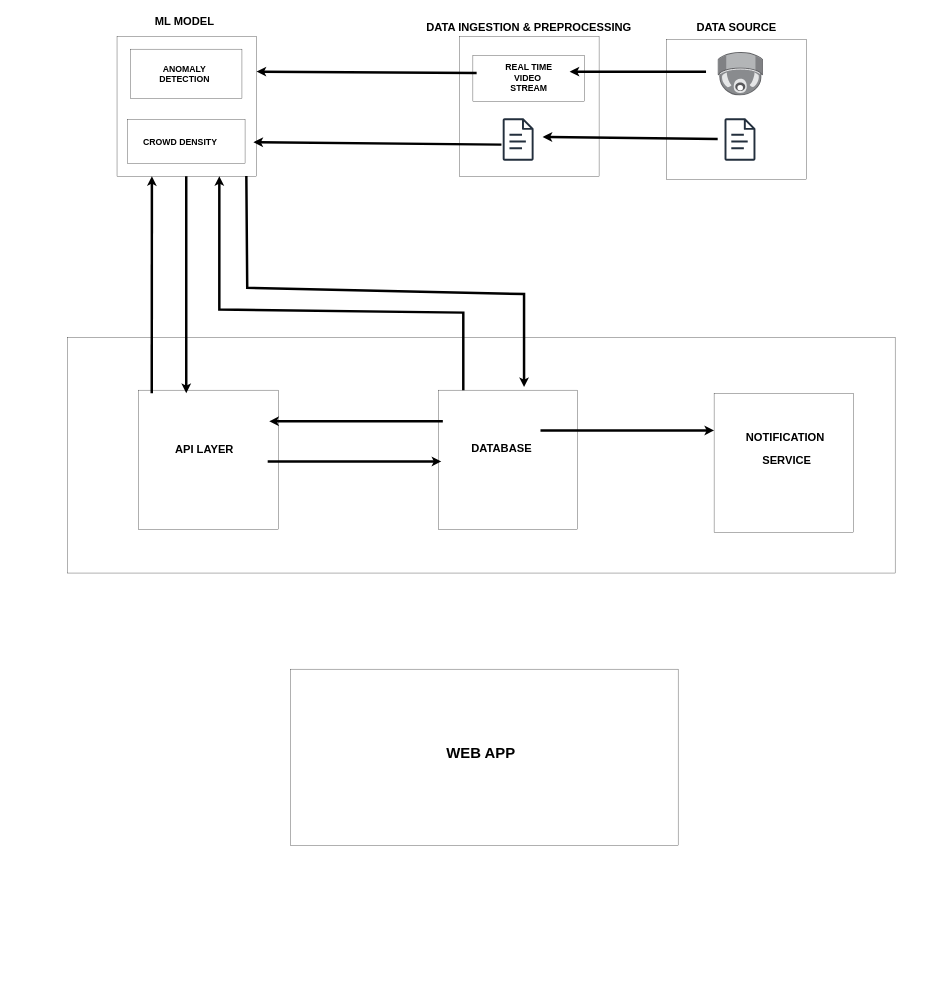
This is Untitled Diagram.drawio from akhil888binoy/60DaysOfDevOps, a draw.io file, before an edit. Source tidied: cells renumbered, new cells numbered last; positions are measured from the earlier drawing's top-left corner, leaving out a move shared by most shapes. Both pictures are drawn from the tidied source at 31%, with x=0, y=0 at pixel (67, 15).
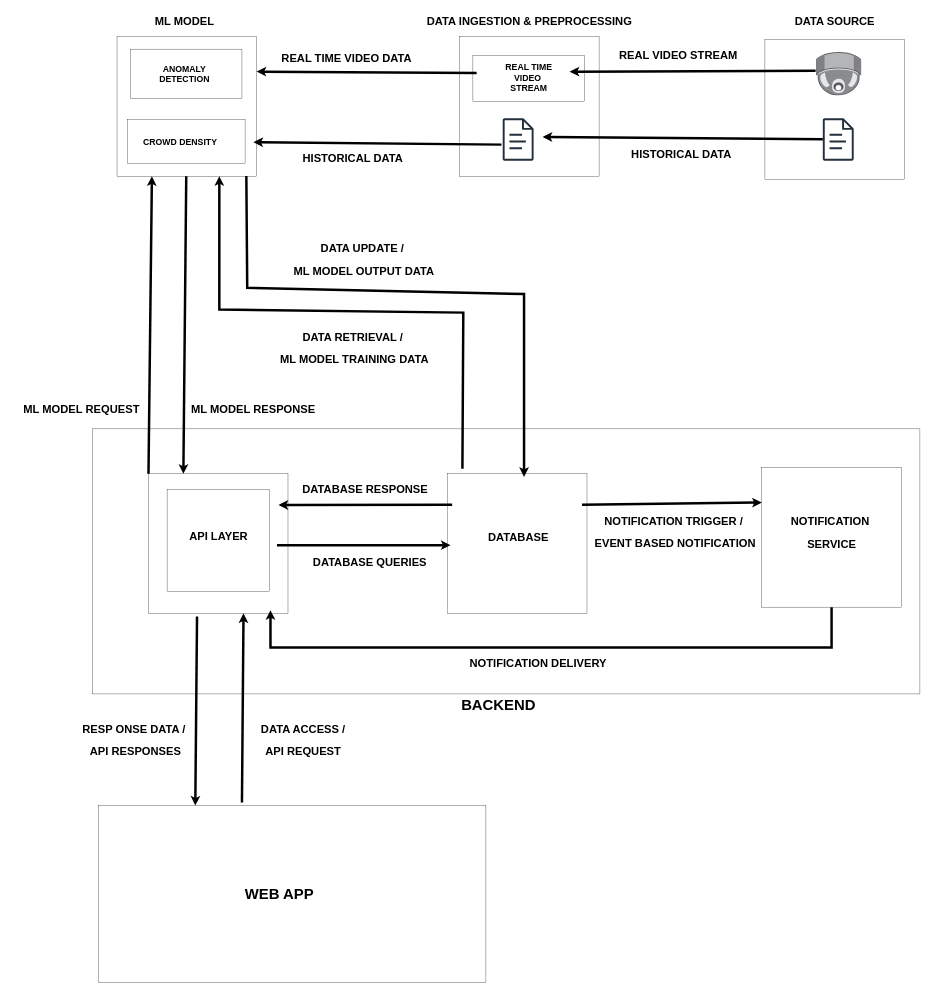
After the change.

Unchanged cells that the change refers to:
```xml
<mxCell id="14" style="whiteSpace=wrap;html=1;" parent="1" vertex="1">
  <mxGeometry x="160" y="70" width="450" height="450" as="geometry" />
</mxCell>
```

Change to the diagram source:
```diff
@@
     <mxCell id="2" style="image;html=1;align=center;shadow=0;dashed=0;image=img/lib/allied_telesis/security/Surveillance_Camera_Ceiling.svg;" parent="1" vertex="1">
-      <mxGeometry x="2017" y="110" width="117.2" height="111.5" as="geometry" />
+      <mxGeometry x="2334" y="110" width="117.2" height="111.5" as="geometry" />
     </mxCell>
     <mxCell id="3" style="whiteSpace=wrap;html=1;" parent="1" vertex="1">
-      <mxGeometry x="1933" y="80" width="450" height="450" as="geometry" />
+      <mxGeometry x="2250" y="80" width="450" height="450" as="geometry" />
     </mxCell>
     <mxCell id="4" style="image;points=[];html=1;align=center;shadow=0;dashed=0;image=img/lib/allied_telesis/security/Surveillance_Camera_Ceiling.svg;" parent="1" vertex="1">
-      <mxGeometry x="2097.6" y="120" width="147.1" height="140" as="geometry" />
+      <mxGeometry x="2414.6" y="120" width="147.1" height="140" as="geometry" />
     </mxCell>
     <mxCell id="5" style="sketch=0;outlineConnect=0;fontColor=#232F3E;gradientColor=none;fillColor=#232F3D;strokeColor=none;dashed=0;verticalLabelPosition=bottom;verticalAlign=top;align=center;html=1;fontSize=12;fontStyle=0;shape=mxgraph.aws4.document;" parent="1" vertex="1">
-      <mxGeometry x="2119.5" y="333" width="100.1" height="137" as="geometry" />
+      <mxGeometry x="2436.5" y="333" width="100.1" height="137" as="geometry" />
     </mxCell>
     <mxCell id="6" value="&lt;h2&gt;DATA SOURCE&lt;/h2&gt;" style="text;strokeColor=none;fillColor=none;html=1;fontSize=24;fontStyle=1;verticalAlign=middle;align=center;" parent="1" vertex="1">
-      <mxGeometry x="2005" y="20" width="306" height="40" as="geometry" />
+      <mxGeometry x="2322" width="306" height="40" as="geometry" />
     </mxCell>
@@
     <mxCell id="11" value="&lt;h2&gt;DATA INGESTION &amp;amp; PREPROCESSING&lt;/h2&gt;" style="text;strokeColor=none;fillColor=none;html=1;fontSize=24;fontStyle=1;verticalAlign=middle;align=center;" parent="1" vertex="1">
-      <mxGeometry x="1240" y="20" width="496" height="40" as="geometry" />
+      <mxGeometry x="1242" width="496" height="40" as="geometry" />
     </mxCell>
-    <mxCell id="12" style="endArrow=classic;html=1;rounded=0;strokeWidth=8;" parent="1" edge="1">
+    <mxCell id="12" style="endArrow=classic;html=1;rounded=0;strokeWidth=8;" parent="1" edge="1" source="5">
       <mxGeometry relative="1" as="geometry">
-        <mxPoint x="2097.6" y="400" as="sourcePoint" />
         <mxPoint x="1532.9" y="393.1" as="targetPoint" />
       </mxGeometry>
     </mxCell>
-    <mxCell id="13" style="endArrow=classic;html=1;rounded=0;strokeWidth=8;" parent="1" edge="1">
+    <mxCell id="13" style="endArrow=classic;html=1;rounded=0;strokeWidth=8;exitX=-0.007;exitY=0.426;exitDx=0;exitDy=0;exitPerimeter=0;" parent="1" edge="1" source="4">
       <mxGeometry relative="1" as="geometry">
-        <mxPoint x="2060" y="182.7" as="sourcePoint" />
         <mxPoint x="1620" y="182.7" as="targetPoint" />
       </mxGeometry>
     </mxCell>
@@
     <mxCell id="22" style="rounded=0;whiteSpace=wrap;html=1;" parent="1" vertex="1">
-      <mxGeometry y="1040" width="2670" height="760" as="geometry" />
+      <mxGeometry x="80" y="1335" width="2670" height="855" as="geometry" />
     </mxCell>
     <mxCell id="23" style="whiteSpace=wrap;html=1;" parent="1" vertex="1">
-      <mxGeometry x="230" y="1210" width="450" height="450" as="geometry" />
+      <mxGeometry x="261.5" y="1480" width="450" height="450" as="geometry" />
     </mxCell>
     <mxCell id="24" style="whiteSpace=wrap;html=1;" parent="1" vertex="1">
-      <mxGeometry x="1196" y="1210" width="450" height="450" as="geometry" />
+      <mxGeometry x="1226" y="1480" width="450" height="450" as="geometry" />
     </mxCell>
     <mxCell id="25" style="endArrow=classic;html=1;rounded=0;strokeWidth=8;" parent="1" edge="1">
       <mxGeometry relative="1" as="geometry">
-        <mxPoint x="1211" y="1310" as="sourcePoint" />
-        <mxPoint x="651" y="1310.4" as="targetPoint" />
+        <mxPoint x="1241" y="1580" as="sourcePoint" />
+        <mxPoint x="681" y="1580.4" as="targetPoint" />
       </mxGeometry>
     </mxCell>
     <mxCell id="26" style="endArrow=classic;html=1;rounded=0;strokeWidth=8;" parent="1" edge="1">
       <mxGeometry relative="1" as="geometry">
-        <mxPoint x="646" y="1440" as="sourcePoint" />
-        <mxPoint x="1206" y="1440" as="targetPoint" />
+        <mxPoint x="676" y="1710" as="sourcePoint" />
+        <mxPoint x="1236" y="1710" as="targetPoint" />
       </mxGeometry>
     </mxCell>
     <mxCell id="27" style="whiteSpace=wrap;html=1;" parent="1" vertex="1">
-      <mxGeometry x="2086" y="1220" width="450" height="450" as="geometry" />
+      <mxGeometry x="2240" y="1460" width="450" height="450" as="geometry" />
     </mxCell>
-    <mxCell id="28" style="endArrow=classic;html=1;rounded=0;fontSize=34;strokeWidth=8;" parent="1" edge="1">
+    <mxCell id="28" style="endArrow=classic;html=1;rounded=0;fontSize=34;strokeWidth=8;entryX=0;entryY=0.25;entryDx=0;entryDy=0;" parent="1" edge="1" target="27">
       <mxGeometry relative="1" as="geometry">
-        <mxPoint x="1526" y="1340" as="sourcePoint" />
-        <mxPoint x="2086" y="1340" as="targetPoint" />
+        <mxPoint x="1660" y="1580" as="sourcePoint" />
       </mxGeometry>
     </mxCell>
-    <mxCell id="29" value="&lt;h2&gt;API LAYER&lt;/h2&gt;" style="text;strokeColor=none;fillColor=none;html=1;fontSize=24;fontStyle=1;verticalAlign=middle;align=center;" parent="1" vertex="1">
-      <mxGeometry x="280" y="1340" width="321" height="120" as="geometry" />
-    </mxCell>
     <mxCell id="30" value="&lt;h2&gt;DATABASE&lt;/h2&gt;" style="text;strokeColor=none;fillColor=none;html=1;fontSize=24;fontStyle=1;verticalAlign=middle;align=center;" parent="1" vertex="1">
-      <mxGeometry x="1300" y="1340" width="200" height="115" as="geometry" />
+      <mxGeometry x="1354" y="1627.5" width="200" height="115" as="geometry" />
     </mxCell>
     <mxCell id="31" value="&lt;h2&gt;NOTIFICATION&amp;nbsp;&lt;/h2&gt;&lt;h2&gt;SERVICE&lt;/h2&gt;" style="text;strokeColor=none;fillColor=none;html=1;fontSize=24;fontStyle=1;verticalAlign=middle;align=center;" parent="1" vertex="1">
-      <mxGeometry x="2210" y="1330" width="220" height="140" as="geometry" />
+      <mxGeometry x="2355" y="1600" width="220" height="140" as="geometry" />
     </mxCell>
-    <mxCell id="32" style="endArrow=classic;html=1;rounded=0;strokeWidth=8;" parent="1" edge="1">
+    <mxCell id="32" style="endArrow=classic;html=1;rounded=0;strokeWidth=8;exitX=0.107;exitY=-0.036;exitDx=0;exitDy=0;exitPerimeter=0;" parent="1" edge="1" source="24">
       <mxGeometry relative="1" as="geometry">
-        <mxPoint x="1277" y="1210" as="sourcePoint" />
         <mxPoint x="490" y="520" as="targetPoint" />
         <Array as="points">
           <mxPoint x="1277" y="960" />
           <mxPoint x="490" y="950" />
         </Array>
       </mxGeometry>
     </mxCell>
     <mxCell id="33" style="endArrow=classic;html=1;rounded=0;strokeWidth=8;exitX=0.927;exitY=0.999;exitDx=0;exitDy=0;exitPerimeter=0;" parent="1" edge="1" source="14">
       <mxGeometry relative="1" as="geometry">
-        <mxPoint x="1473" y="1200" as="targetPoint" />
+        <mxPoint x="1473" y="1490" as="targetPoint" />
         <Array as="points">
           <mxPoint x="580" y="880" />
           <mxPoint x="1473" y="900" />
         </Array>
       </mxGeometry>
     </mxCell>
     <mxCell id="34" style="rounded=0;whiteSpace=wrap;html=1;" parent="1" vertex="1">
-      <mxGeometry x="720" y="2110" width="1250" height="570" as="geometry" />
+      <mxGeometry x="100" y="2550" width="1250" height="570" as="geometry" />
     </mxCell>
     <mxCell id="35" value="&lt;h1&gt;WEB APP&lt;/h1&gt;" style="text;strokeColor=none;fillColor=none;html=1;fontSize=24;fontStyle=1;verticalAlign=middle;align=center;" parent="1" vertex="1">
-      <mxGeometry x="960" y="2220" width="746" height="320" as="geometry" />
+      <mxGeometry x="310" y="2675" width="746" height="320" as="geometry" />
     </mxCell>
-    <mxCell id="36" style="endArrow=classic;html=1;rounded=0;strokeWidth=8;entryX=0.25;entryY=1;entryDx=0;entryDy=0;" parent="1" edge="1" target="14">
-      <mxGeometry relative="1" as="geometry">
-        <mxPoint x="272" y="1220" as="sourcePoint" />
-      </mxGeometry>
+    <mxCell id="36" style="endArrow=classic;html=1;rounded=0;strokeWidth=8;entryX=0.25;entryY=1;entryDx=0;entryDy=0;exitX=0;exitY=0;exitDx=0;exitDy=0;" parent="1" edge="1" source="23" target="14">
+      <mxGeometry relative="1" as="geometry" />
     </mxCell>
-    <mxCell id="37" style="endArrow=classic;html=1;rounded=0;strokeWidth=8;entryX=0.25;entryY=1;entryDx=0;entryDy=0;" parent="1" edge="1">
+    <mxCell id="37" style="endArrow=classic;html=1;rounded=0;strokeWidth=8;entryX=0.25;entryY=0;entryDx=0;entryDy=0;" parent="1" edge="1" target="23">
       <mxGeometry relative="1" as="geometry">
         <mxPoint x="383.3" y="520" as="sourcePoint" />
-        <mxPoint x="383.3" y="1220" as="targetPoint" />
       </mxGeometry>
     </mxCell>
+    <mxCell id="38" value="&lt;h2&gt;REAL VIDEO STREAM&lt;/h2&gt;" style="text;strokeColor=none;fillColor=none;html=1;fontSize=24;fontStyle=1;verticalAlign=middle;align=center;" parent="1" vertex="1">
+      <mxGeometry x="1920" y="110" width="100" height="40" as="geometry" />
+    </mxCell>
+    <mxCell id="39" value="&lt;h2&gt;HISTORICAL DATA&lt;/h2&gt;" style="text;strokeColor=none;fillColor=none;html=1;fontSize=24;fontStyle=1;verticalAlign=middle;align=center;" parent="1" vertex="1">
+      <mxGeometry x="1930" y="430" width="100" height="40" as="geometry" />
+    </mxCell>
+    <mxCell id="40" value="&lt;h2&gt;REAL TIME VIDEO DATA&lt;/h2&gt;" style="text;strokeColor=none;fillColor=none;html=1;fontSize=24;fontStyle=1;verticalAlign=middle;align=center;" parent="1" vertex="1">
+      <mxGeometry x="850" y="120" width="100" height="40" as="geometry" />
+    </mxCell>
+    <mxCell id="41" value="&lt;h2&gt;HISTORICAL DATA&lt;/h2&gt;" style="text;strokeColor=none;fillColor=none;html=1;fontSize=24;fontStyle=1;verticalAlign=middle;align=center;" parent="1" vertex="1">
+      <mxGeometry x="870" y="440" width="100" height="40" as="geometry" />
+    </mxCell>
+    <mxCell id="42" value="&lt;h2&gt;DATA UPDATE /&lt;/h2&gt;&lt;h2&gt;&amp;nbsp;ML MODEL OUTPUT DATA&lt;/h2&gt;" style="text;strokeColor=none;fillColor=none;html=1;fontSize=24;fontStyle=1;verticalAlign=middle;align=center;" parent="1" vertex="1">
+      <mxGeometry x="676" y="690" width="550" height="200" as="geometry" />
+    </mxCell>
+    <mxCell id="43" value="&lt;h2&gt;DATA RETRIEVAL /&lt;/h2&gt;&lt;h2&gt;&amp;nbsp;ML MODEL TRAINING DATA&lt;/h2&gt;" style="text;strokeColor=none;fillColor=none;html=1;fontSize=24;fontStyle=1;verticalAlign=middle;align=center;" parent="1" vertex="1">
+      <mxGeometry x="665" y="990" width="510" height="170" as="geometry" />
+    </mxCell>
+    <mxCell id="44" value="&lt;h2&gt;ML MODEL REQUEST&lt;/h2&gt;" style="text;strokeColor=none;fillColor=none;html=1;fontSize=24;fontStyle=1;verticalAlign=middle;align=center;" parent="1" vertex="1">
+      <mxGeometry x="-200" y="1250" width="490" height="40" as="geometry" />
+    </mxCell>
+    <mxCell id="45" value="&lt;h2&gt;ML MODEL RESPONSE&lt;/h2&gt;" style="text;strokeColor=none;fillColor=none;html=1;fontSize=24;fontStyle=1;verticalAlign=middle;align=center;" parent="1" vertex="1">
+      <mxGeometry x="360" y="1250" width="477" height="40" as="geometry" />
+    </mxCell>
+    <mxCell id="46" value="&lt;h2&gt;DATABASE QUERIES&lt;/h2&gt;" style="text;strokeColor=none;fillColor=none;html=1;fontSize=24;fontStyle=1;verticalAlign=middle;align=center;" parent="1" vertex="1">
+      <mxGeometry x="760" y="1730" width="430" height="70" as="geometry" />
+    </mxCell>
+    <mxCell id="47" value="&lt;h2&gt;DATABASE RESPONSE&lt;/h2&gt;" style="text;strokeColor=none;fillColor=none;html=1;fontSize=24;fontStyle=1;verticalAlign=middle;align=center;" parent="1" vertex="1">
+      <mxGeometry x="720" y="1510" width="480" height="40" as="geometry" />
+    </mxCell>
+    <mxCell id="48" value="&lt;h2&gt;NOTIFICATION TRIGGER /&lt;/h2&gt;&lt;h2&gt;&amp;nbsp;EVENT BASED NOTIFICATION&lt;/h2&gt;" style="text;strokeColor=none;fillColor=none;html=1;fontSize=24;fontStyle=1;verticalAlign=middle;align=center;" parent="1" vertex="1">
+      <mxGeometry x="1630" y="1577.5" width="650" height="180" as="geometry" />
+    </mxCell>
+    <mxCell id="49" value="&lt;h1&gt;BACKEND&lt;/h1&gt;" style="text;strokeColor=none;fillColor=none;html=1;fontSize=24;fontStyle=1;verticalAlign=middle;align=center;" parent="1" vertex="1">
+      <mxGeometry x="1200" y="2205" width="380" height="40" as="geometry" />
+    </mxCell>
+    <mxCell id="50" style="endArrow=classic;html=1;rounded=0;strokeWidth=8;exitX=0.348;exitY=1.022;exitDx=0;exitDy=0;entryX=0.25;entryY=0;entryDx=0;entryDy=0;exitPerimeter=0;" parent="1" edge="1" source="23" target="34">
+      <mxGeometry relative="1" as="geometry" />
+    </mxCell>
+    <mxCell id="51" style="endArrow=classic;html=1;rounded=0;strokeWidth=8;exitX=0.348;exitY=1.022;exitDx=0;exitDy=0;entryX=0.25;entryY=0;entryDx=0;entryDy=0;exitPerimeter=0;" parent="1" edge="1">
+      <mxGeometry relative="1" as="geometry">
+        <mxPoint x="563" y="2540" as="sourcePoint" />
+        <mxPoint x="568" y="1930" as="targetPoint" />
+      </mxGeometry>
+    </mxCell>
+    <mxCell id="52" value="&lt;h2&gt;RESP ONSE DATA /&lt;/h2&gt;&lt;h2&gt;&amp;nbsp;API RESPONSES&lt;/h2&gt;" style="text;strokeColor=none;fillColor=none;html=1;fontSize=24;fontStyle=1;verticalAlign=middle;align=center;" parent="1" vertex="1">
+      <mxGeometry x="-20" y="2250" width="467" height="180" as="geometry" />
+    </mxCell>
+    <mxCell id="53" value="&lt;h2&gt;DATA ACCESS /&amp;nbsp;&lt;/h2&gt;&lt;h2&gt;API REQUEST&amp;nbsp;&lt;/h2&gt;" style="text;strokeColor=none;fillColor=none;html=1;fontSize=24;fontStyle=1;verticalAlign=middle;align=center;" parent="1" vertex="1">
+      <mxGeometry x="590" y="2245" width="350" height="190" as="geometry" />
+    </mxCell>
+    <mxCell id="54" style="endArrow=classic;html=1;rounded=0;strokeWidth=8;exitX=0.5;exitY=1;exitDx=0;exitDy=0;entryX=0.25;entryY=0;entryDx=0;entryDy=0;" parent="1" edge="1" source="27">
+      <mxGeometry relative="1" as="geometry">
+        <mxPoint x="655" y="1920" as="targetPoint" />
+        <Array as="points">
+          <mxPoint x="2465" y="2040" />
+          <mxPoint x="655" y="2040" />
+        </Array>
+      </mxGeometry>
+    </mxCell>
+    <mxCell id="55" value="&lt;h2&gt;NOTIFICATION DELIVERY&lt;/h2&gt;" style="text;strokeColor=none;fillColor=none;html=1;fontSize=24;fontStyle=1;verticalAlign=middle;align=center;" parent="1" vertex="1">
+      <mxGeometry x="1250" y="2070" width="536" height="40" as="geometry" />
+    </mxCell>
+    <mxCell id="56" style="whiteSpace=wrap;html=1;" parent="1" vertex="1">
+      <mxGeometry x="321.5" y="1530" width="330" height="330" as="geometry" />
+    </mxCell>
+    <mxCell id="29" value="&lt;h2&gt;API LAYER&lt;/h2&gt;" style="text;strokeColor=none;fillColor=none;html=1;fontSize=24;fontStyle=1;verticalAlign=middle;align=center;" parent="1" vertex="1">
+      <mxGeometry x="361.5" y="1660" width="250" height="40" as="geometry" />
+    </mxCell>
```
